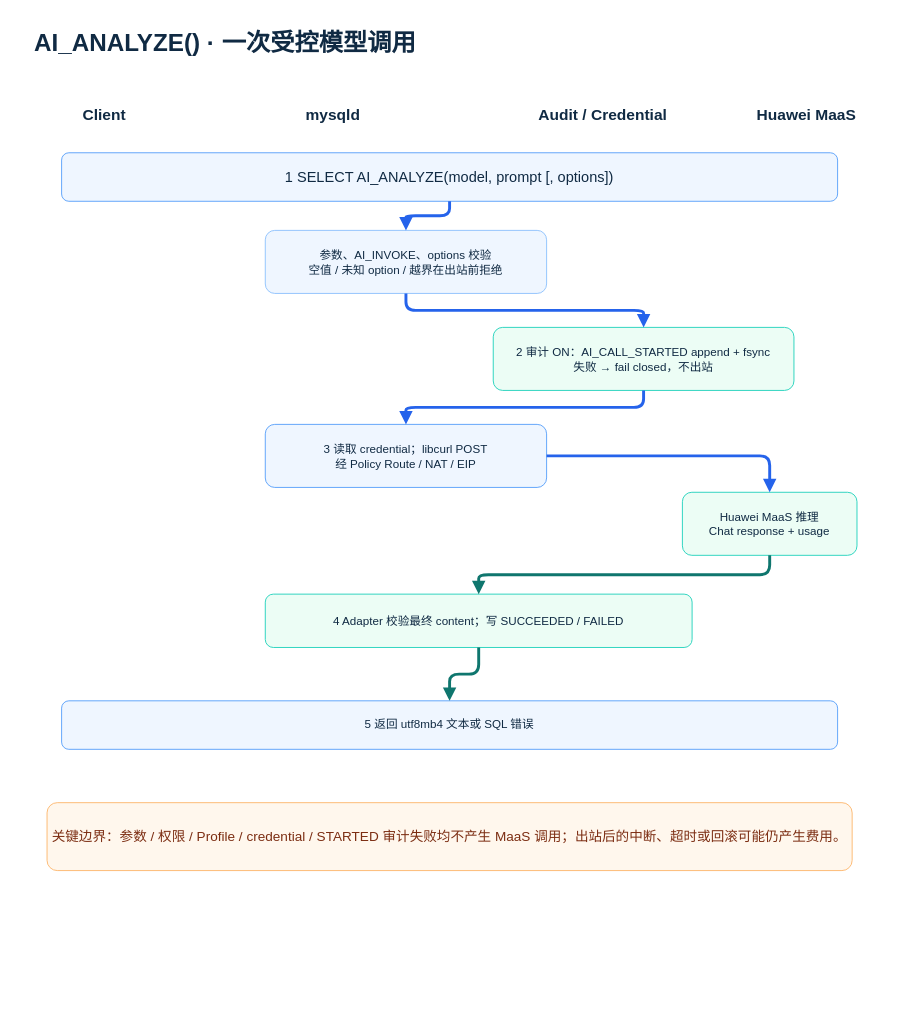
Before: page "02 Invocation Flow" (3 of 12) of Docs/db4ai/assets/taurusdb-maas-committer-diagrams.drawio in ZhuQingping/AliSQL, a draw.io diagram. Source tidied: cells renumbered, new cells numbered last; positions are measured from the earlier drawing's top-left corner, leaving out a move shared by most shapes. Both pictures are drawn from the tidied source at 97%, with x=0, y=0 at pixel (32, 21).
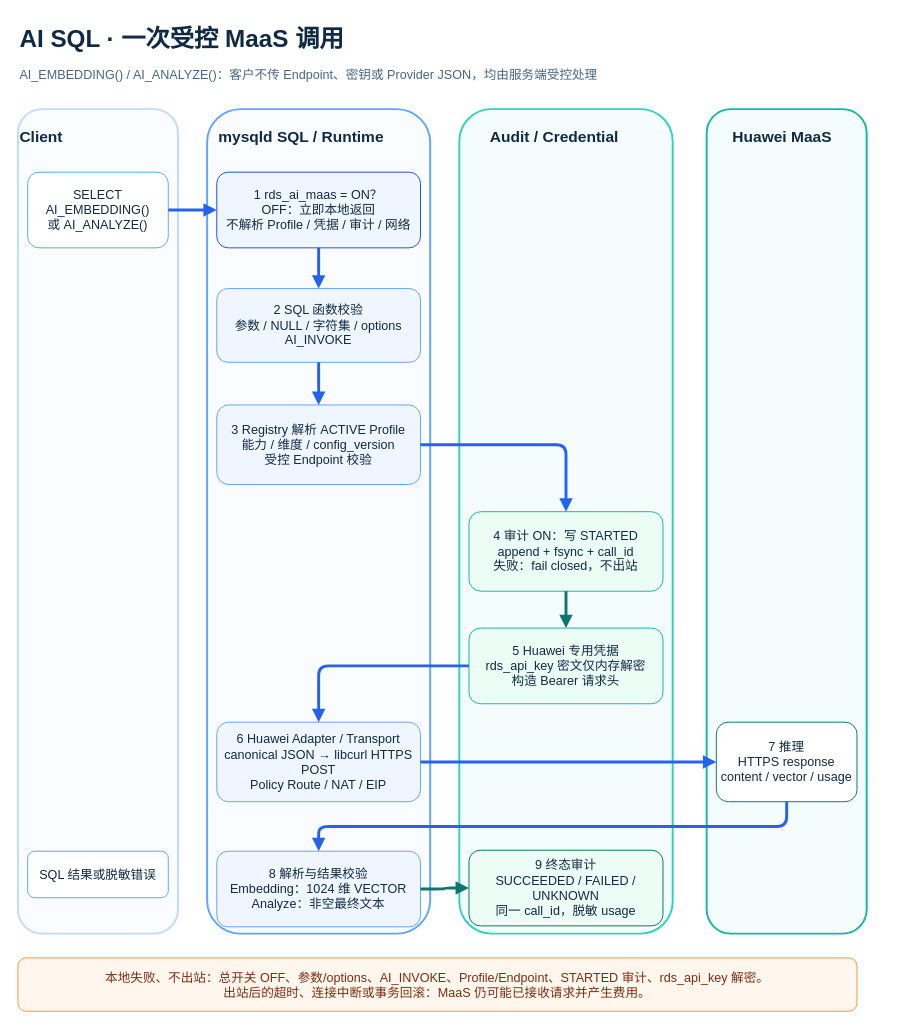
After the change.

Commit message (it also covers changes not shown here):
docs: expand maas committer design

What changed in the source:
```diff
@@
-    <mxCell id="2" value="AI_ANALYZE() · 一次受控模型调用" style="text;html=1;fontSize=25;fontStyle=1;fontColor=#102A43;" parent="1" vertex="1">
-      <mxGeometry width="800" height="45" as="geometry" />
+    <mxCell id="2" value="AI SQL · 一次受控 MaaS 调用" style="text;html=1;fontSize=25;fontStyle=1;fontColor=#102A43;" parent="1" vertex="1">
+      <mxGeometry x="-15" y="-5" width="875" height="40" as="geometry" />
     </mxCell>
+    <mxCell id="21" value="AI_EMBEDDING() / AI_ANALYZE()：客户不传 Endpoint、密钥或 Provider JSON，均由服务端受控处理" style="text;html=1;fontSize=13;fontColor=#486581;" parent="1" vertex="1">
+      <mxGeometry x="-15" y="40" width="875" height="26" as="geometry" />
+    </mxCell>
+    <mxCell id="22" style="rounded=1;html=1;fillColor=#F8FBFF;fillOpacity=75;strokeColor=#BFDBFE;strokeWidth=2;" parent="1" vertex="1">
+      <mxGeometry x="-15" y="90" width="165" height="850" as="geometry" />
+    </mxCell>
+    <mxCell id="23" style="rounded=1;html=1;fillColor=#F8FBFF;fillOpacity=75;strokeColor=#60A5FA;strokeWidth=2;" parent="1" vertex="1">
+      <mxGeometry x="180" y="90" width="230" height="850" as="geometry" />
+    </mxCell>
+    <mxCell id="24" style="rounded=1;html=1;fillColor=#F0FDFA;fillOpacity=75;strokeColor=#2DD4BF;strokeWidth=2;" parent="1" vertex="1">
+      <mxGeometry x="440" y="90" width="220" height="850" as="geometry" />
+    </mxCell>
+    <mxCell id="25" style="rounded=1;html=1;fillColor=#F0FDFA;fillOpacity=75;strokeColor=#14B8A6;strokeWidth=2;" parent="1" vertex="1">
+      <mxGeometry x="695" y="90" width="165" height="850" as="geometry" />
+    </mxCell>
     <mxCell id="3" value="Client" style="text;html=1;fontStyle=1;fontSize=16;fontColor=#102A43;" parent="1" vertex="1">
-      <mxGeometry x="50" y="80" width="140" height="30" as="geometry" />
+      <mxGeometry x="-15" y="102" width="165" height="28" as="geometry" />
     </mxCell>
-    <mxCell id="4" value="mysqld" style="text;html=1;fontStyle=1;fontSize=16;fontColor=#102A43;" parent="1" vertex="1">
-      <mxGeometry x="280" y="80" width="150" height="30" as="geometry" />
+    <mxCell id="4" value="mysqld SQL / Runtime" style="text;html=1;fontStyle=1;fontSize=16;fontColor=#102A43;" parent="1" vertex="1">
+      <mxGeometry x="190" y="102" width="230" height="28" as="geometry" />
     </mxCell>
     <mxCell id="5" value="Audit / Credential" style="text;html=1;fontStyle=1;fontSize=16;fontColor=#102A43;" parent="1" vertex="1">
-      <mxGeometry x="520" y="80" width="180" height="30" as="geometry" />
+      <mxGeometry x="470" y="102" width="220" height="28" as="geometry" />
     </mxCell>
     <mxCell id="6" value="Huawei MaaS" style="text;html=1;fontStyle=1;fontSize=16;fontColor=#102A43;" parent="1" vertex="1">
-      <mxGeometry x="745" y="80" width="140" height="30" as="geometry" />
+      <mxGeometry x="720" y="102" width="165" height="28" as="geometry" />
     </mxCell>
-    <mxCell id="7" value="1  SELECT AI_ANALYZE(model, prompt [, options])" style="rounded=1;whiteSpace=wrap;html=1;fillColor=#EFF6FF;strokeColor=#60A5FA;fontColor=#102A43;fontSize=15;" parent="1" vertex="1">
-      <mxGeometry x="30" y="135" width="800" height="50" as="geometry" />
+    <mxCell id="7" value="SELECT AI_EMBEDDING()&lt;br&gt;或 AI_ANALYZE()" style="rounded=1;whiteSpace=wrap;html=1;fillColor=#FFFFFF;strokeColor=#60A5FA;fontColor=#102A43;fontSize=13;fontStyle=0;" parent="1" vertex="1">
+      <mxGeometry x="-5" y="155" width="145" height="78" as="geometry" />
     </mxCell>
-    <mxCell id="8" value="参数、AI_INVOKE、options 校验&#10;空值 / 未知 option / 越界在出站前拒绝" style="rounded=1;whiteSpace=wrap;html=1;fillColor=#EFF6FF;strokeColor=#93C5FD;fontColor=#102A43;" parent="1" vertex="1">
-      <mxGeometry x="240" y="215" width="290" height="65" as="geometry" />
+    <mxCell id="8" value="1 rds_ai_maas = ON？&lt;br&gt;OFF：立即本地返回&lt;br&gt;不解析 Profile / 凭据 / 审计 / 网络" style="rounded=1;whiteSpace=wrap;html=1;fillColor=light-dark(#eff6ff, #699eff);strokeColor=#1D4ED8;fontColor=light-dark(#102a43, #121212);fontSize=13;fontStyle=0;" parent="1" vertex="1">
+      <mxGeometry x="190" y="155" width="210" height="78" as="geometry" />
     </mxCell>
-    <mxCell id="9" value="2  审计 ON：AI_CALL_STARTED append + fsync&#10;失败 → fail closed，不出站" style="rounded=1;whiteSpace=wrap;html=1;fillColor=#ECFDF5;strokeColor=#2DD4BF;fontColor=#102A43;" parent="1" vertex="1">
-      <mxGeometry x="475" y="315" width="310" height="65" as="geometry" />
+    <mxCell id="9" value="2  SQL 函数校验&#10;参数 / NULL / 字符集 / options&#10;AI_INVOKE" style="rounded=1;whiteSpace=wrap;html=1;fillColor=#EFF6FF;strokeColor=#60A5FA;fontColor=#102A43;fontSize=13;" parent="1" vertex="1">
+      <mxGeometry x="190" y="275" width="210" height="76" as="geometry" />
     </mxCell>
-    <mxCell id="10" value="3  读取 credential；libcurl POST&#10;经 Policy Route / NAT / EIP" style="rounded=1;whiteSpace=wrap;html=1;fillColor=#EFF6FF;strokeColor=#60A5FA;fontColor=#102A43;" parent="1" vertex="1">
-      <mxGeometry x="240" y="415" width="290" height="65" as="geometry" />
+    <mxCell id="10" value="3  Registry 解析 ACTIVE Profile&#10;能力 / 维度 / config_version&#10;受控 Endpoint 校验" style="rounded=1;whiteSpace=wrap;html=1;fillColor=#EFF6FF;strokeColor=#60A5FA;fontColor=#102A43;fontSize=13;" parent="1" vertex="1">
+      <mxGeometry x="190" y="395" width="210" height="82" as="geometry" />
     </mxCell>
-    <mxCell id="11" value="Huawei MaaS 推理&#10;Chat response + usage" style="rounded=1;whiteSpace=wrap;html=1;fillColor=#ECFDF5;strokeColor=#2DD4BF;fontColor=#102A43;" parent="1" vertex="1">
-      <mxGeometry x="670" y="485" width="180" height="65" as="geometry" />
+    <mxCell id="11" value="4  审计 ON：写 STARTED&#10;append + fsync + call_id&#10;失败：fail closed，不出站" style="rounded=1;whiteSpace=wrap;html=1;fillColor=#ECFDF5;strokeColor=#14B8A6;fontColor=#102A43;fontSize=13;fontStyle=0;" parent="1" vertex="1">
+      <mxGeometry x="450" y="505" width="200" height="82" as="geometry" />
     </mxCell>
-    <mxCell id="12" value="4  Adapter 校验最终 content；写 SUCCEEDED / FAILED" style="rounded=1;whiteSpace=wrap;html=1;fillColor=#ECFDF5;strokeColor=#2DD4BF;fontColor=#102A43;" parent="1" vertex="1">
-      <mxGeometry x="240" y="590" width="440" height="55" as="geometry" />
+    <mxCell id="12" value="5  Huawei 专用凭据&#10;rds_api_key 密文仅内存解密&#10;构造 Bearer 请求头" style="rounded=1;whiteSpace=wrap;html=1;fillColor=#ECFDF5;strokeColor=#14B8A6;fontColor=#102A43;fontSize=13;" parent="1" vertex="1">
+      <mxGeometry x="450" y="625" width="200" height="78" as="geometry" />
     </mxCell>
-    <mxCell id="13" value="5  返回 utf8mb4 文本或 SQL 错误" style="rounded=1;whiteSpace=wrap;html=1;fillColor=#EFF6FF;strokeColor=#60A5FA;fontColor=#102A43;" parent="1" vertex="1">
-      <mxGeometry x="30" y="700" width="800" height="50" as="geometry" />
+    <mxCell id="13" value="6  Huawei Adapter / Transport&#10;canonical JSON → libcurl HTTPS POST&#10;Policy Route / NAT / EIP" style="rounded=1;whiteSpace=wrap;html=1;fillColor=#EFF6FF;strokeColor=#60A5FA;fontColor=#102A43;fontSize=13;" parent="1" vertex="1">
+      <mxGeometry x="190" y="722" width="210" height="82" as="geometry" />
     </mxCell>
+    <mxCell id="26" value="7  推理&#10;HTTPS response&#10;content / vector / usage" style="rounded=1;whiteSpace=wrap;html=1;fillColor=#FFFFFF;strokeColor=#0F766E;fontColor=#102A43;fontSize=13;fontStyle=0;" parent="1" vertex="1">
+      <mxGeometry x="705" y="722" width="145" height="82" as="geometry" />
+    </mxCell>
+    <mxCell id="27" value="8  解析与结果校验&#10;Embedding：1024 维 VECTOR&#10;Analyze：非空最终文本" style="rounded=1;whiteSpace=wrap;html=1;fillColor=#EFF6FF;strokeColor=#60A5FA;fontColor=#102A43;fontSize=13;" parent="1" vertex="1">
+      <mxGeometry x="190" y="855" width="210" height="78" as="geometry" />
+    </mxCell>
+    <mxCell id="28" value="9  终态审计&#10;SUCCEEDED / FAILED / UNKNOWN&#10;同一 call_id，脱敏 usage" style="rounded=1;whiteSpace=wrap;html=1;fillColor=#ECFDF5;strokeColor=#047857;fontColor=#102A43;fontSize=13;fontStyle=0;" parent="1" vertex="1">
+      <mxGeometry x="450" y="854" width="200" height="78" as="geometry" />
+    </mxCell>
+    <mxCell id="29" value="SQL 结果或脱敏错误" style="rounded=1;whiteSpace=wrap;html=1;fillColor=#FFFFFF;strokeColor=#60A5FA;fontColor=#102A43;fontSize=13;fontStyle=0;" parent="1" vertex="1">
+      <mxGeometry x="-5" y="855" width="145" height="48" as="geometry" />
+    </mxCell>
-    <mxCell id="14" value="关键边界：参数 / 权限 / Profile / credential / STARTED 审计失败均不产生 MaaS 调用；出站后的中断、超时或回滚可能仍产生费用。" style="rounded=1;whiteSpace=wrap;html=1;fillColor=#FFF7ED;strokeColor=#FDBA74;fontColor=#7C2D12;fontSize=14;" parent="1" vertex="1">
-      <mxGeometry x="15" y="805" width="830" height="70" as="geometry" />
+    <mxCell id="14" value="本地失败、不出站：总开关 OFF、参数/options、AI_INVOKE、Profile/Endpoint、STARTED 审计、rds_api_key 解密。&#10;出站后的超时、连接中断或事务回滚：MaaS 仍可能已接收请求并产生费用。" style="rounded=1;whiteSpace=wrap;html=1;fillColor=#FFF7ED;strokeColor=#FB923C;fontColor=#7C2D12;fontSize=13;" parent="1" vertex="1">
+      <mxGeometry x="-15" y="965" width="865" height="55" as="geometry" />
     </mxCell>
@@
-    <mxCell id="20" style="edgeStyle=orthogonalEdgeStyle;html=1;strokeColor=#0F766E;strokeWidth=3;endArrow=block;" parent="1" edge="1" source="12" target="13">
+    <mxCell id="20" style="edgeStyle=orthogonalEdgeStyle;html=1;strokeColor=#2563EB;strokeWidth=3;endArrow=block;" parent="1" edge="1" source="12" target="13">
       <mxGeometry relative="1" as="geometry" />
     </mxCell>
+    <mxCell id="30" style="edgeStyle=orthogonalEdgeStyle;html=1;strokeColor=#2563EB;strokeWidth=3;endArrow=block;" parent="1" edge="1" source="13" target="26">
+      <mxGeometry relative="1" as="geometry" />
+    </mxCell>
+    <mxCell id="31" style="edgeStyle=orthogonalEdgeStyle;html=1;strokeColor=#0F766E;strokeWidth=3;endArrow=block;" parent="1" edge="1" source="27" target="28">
+      <mxGeometry relative="1" as="geometry" />
+    </mxCell>
+    <mxCell id="32" style="edgeStyle=orthogonalEdgeStyle;html=1;strokeColor=#2563EB;strokeWidth=3;endArrow=block;exitX=0.5;exitY=1;exitDx=0;exitDy=0;entryX=0.5;entryY=0;entryDx=0;entryDy=0;" parent="1" edge="1" source="26" target="27">
+      <mxGeometry relative="1" as="geometry" />
+    </mxCell>
```
